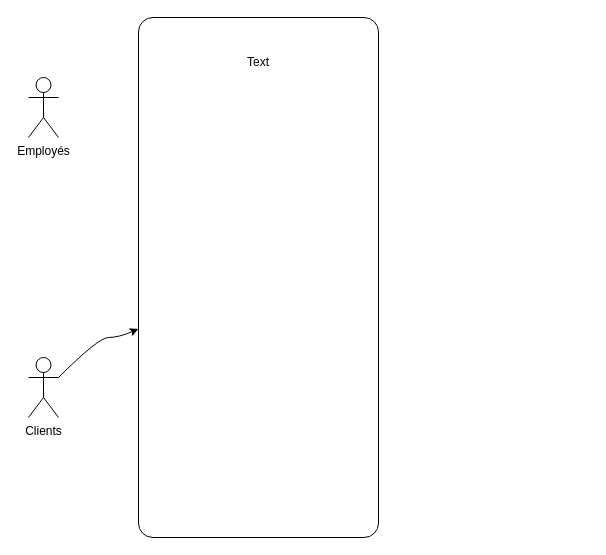
Before: Case user diagramme projetjri.drawio in HarrikaneC5N/Project-php-j.rib, a draw.io diagram. Source tidied: cells renumbered, new cells numbered last; positions are measured from the earlier drawing's top-left corner, leaving out a move shared by most shapes. Both pictures are drawn from the tidied source at 100%, with x=0, y=0 at pixel (28, 17).
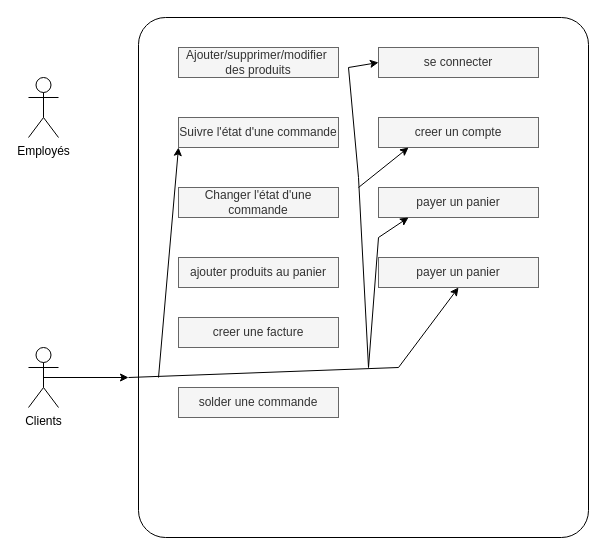
After the change.

Commit message:
Mettre à jour Case user diagramme projetjri.drawio

Diff of the diagram source:
```diff
@@
     <mxCell id="2" value="Clients&lt;br&gt;" style="shape=umlActor;verticalLabelPosition=bottom;verticalAlign=top;html=1;outlineConnect=0;" parent="1" vertex="1">
-      <mxGeometry y="340" width="30" height="60" as="geometry" />
+      <mxGeometry y="330" width="30" height="60" as="geometry" />
     </mxCell>
@@
     <mxCell id="4" style="rounded=1;whiteSpace=wrap;html=1;arcSize=6;" parent="1" vertex="1">
-      <mxGeometry x="110" width="240" height="520" as="geometry" />
+      <mxGeometry x="110" width="450" height="520" as="geometry" />
     </mxCell>
-    <mxCell id="5" style="curved=1;endArrow=classic;html=1;rounded=0;exitX=1;exitY=0.3333333333333333;exitDx=0;exitDy=0;exitPerimeter=0;" parent="1" edge="1" source="2" target="4">
-      <mxGeometry relative="1" as="geometry">
-        <Array as="points">
-          <mxPoint x="70" y="320" />
-          <mxPoint x="90" y="320" />
-        </Array>
-      </mxGeometry>
-    </mxCell>
-    <mxCell id="6" value="Text" style="text;html=1;strokeColor=none;fillColor=none;align=center;verticalAlign=middle;whiteSpace=wrap;rounded=0;" parent="1" vertex="1">
-      <mxGeometry x="200" y="30" width="60" height="30" as="geometry" />
+    <mxCell id="6" value="Ajouter/supprimer/modifier&amp;nbsp;&lt;br&gt;des produits" style="text;html=1;align=center;verticalAlign=middle;whiteSpace=wrap;rounded=0;perimeterSpacing=0;strokeWidth=1;fillColor=#f5f5f5;fontColor=#333333;strokeColor=#666666;" parent="1" vertex="1">
+      <mxGeometry x="150" y="30" width="160" height="30" as="geometry" />
     </mxCell>
+    <mxCell id="7" value="Suivre l'état d'une commande" style="text;html=1;strokeColor=#666666;fillColor=#f5f5f5;align=center;verticalAlign=middle;whiteSpace=wrap;rounded=0;fontColor=#333333;" parent="1" vertex="1">
+      <mxGeometry x="150" y="100" width="160" height="30" as="geometry" />
+    </mxCell>
+    <mxCell id="8" value="Changer l'état d'une commande" style="text;html=1;strokeColor=#666666;fillColor=#f5f5f5;align=center;verticalAlign=middle;whiteSpace=wrap;rounded=0;fontColor=#333333;" parent="1" vertex="1">
+      <mxGeometry x="150" y="170" width="160" height="30" as="geometry" />
+    </mxCell>
+    <mxCell id="9" value="ajouter produits au panier" style="text;html=1;strokeColor=#666666;fillColor=#f5f5f5;align=center;verticalAlign=middle;whiteSpace=wrap;rounded=0;fontColor=#333333;" parent="1" vertex="1">
+      <mxGeometry x="150" y="240" width="160" height="30" as="geometry" />
+    </mxCell>
+    <mxCell id="10" value="creer une facture" style="text;html=1;strokeColor=#666666;fillColor=#f5f5f5;align=center;verticalAlign=middle;whiteSpace=wrap;rounded=0;fontColor=#333333;" parent="1" vertex="1">
+      <mxGeometry x="150" y="300" width="160" height="30" as="geometry" />
+    </mxCell>
+    <mxCell id="11" value="solder une commande" style="text;html=1;strokeColor=#666666;fillColor=#f5f5f5;align=center;verticalAlign=middle;whiteSpace=wrap;rounded=0;fontColor=#333333;" parent="1" vertex="1">
+      <mxGeometry x="150" y="370" width="160" height="30" as="geometry" />
+    </mxCell>
+    <mxCell id="12" value="se connecter" style="text;html=1;align=center;verticalAlign=middle;whiteSpace=wrap;rounded=0;perimeterSpacing=0;strokeWidth=1;fillColor=#f5f5f5;fontColor=#333333;strokeColor=#666666;" parent="1" vertex="1">
+      <mxGeometry x="350" y="30" width="160" height="30" as="geometry" />
+    </mxCell>
+    <mxCell id="13" value="creer un compte" style="text;html=1;align=center;verticalAlign=middle;whiteSpace=wrap;rounded=0;perimeterSpacing=0;strokeWidth=1;fillColor=#f5f5f5;fontColor=#333333;strokeColor=#666666;" parent="1" vertex="1">
+      <mxGeometry x="350" y="100" width="160" height="30" as="geometry" />
+    </mxCell>
+    <mxCell id="14" value="payer un panier" style="text;html=1;align=center;verticalAlign=middle;whiteSpace=wrap;rounded=0;perimeterSpacing=0;strokeWidth=1;fillColor=#f5f5f5;fontColor=#333333;strokeColor=#666666;" parent="1" vertex="1">
+      <mxGeometry x="350" y="170" width="160" height="30" as="geometry" />
+    </mxCell>
+    <mxCell id="15" value="payer un panier" style="text;html=1;align=center;verticalAlign=middle;whiteSpace=wrap;rounded=0;perimeterSpacing=0;strokeWidth=1;fillColor=#f5f5f5;fontColor=#333333;strokeColor=#666666;" parent="1" vertex="1">
+      <mxGeometry x="350" y="240" width="160" height="30" as="geometry" />
+    </mxCell>
+    <mxCell id="16" style="endArrow=classic;html=1;rounded=0;exitX=0.5;exitY=0.5;exitDx=0;exitDy=0;exitPerimeter=0;" parent="1" edge="1" source="2">
+      <mxGeometry relative="1" as="geometry">
+        <mxPoint x="100" y="360" as="targetPoint" />
+      </mxGeometry>
+    </mxCell>
+    <mxCell id="17" style="endArrow=classic;html=1;rounded=0;entryX=0.5;entryY=1;entryDx=0;entryDy=0;" parent="1" edge="1" target="15">
+      <mxGeometry relative="1" as="geometry">
+        <mxPoint x="100" y="360" as="sourcePoint" />
+        <Array as="points">
+          <mxPoint x="370" y="350" />
+        </Array>
+      </mxGeometry>
+    </mxCell>
+    <mxCell id="18" style="endArrow=classic;html=1;rounded=0;entryX=0;entryY=1;entryDx=0;entryDy=0;" parent="1" edge="1" target="7">
+      <mxGeometry relative="1" as="geometry">
+        <mxPoint x="130" y="360" as="sourcePoint" />
+      </mxGeometry>
+    </mxCell>
+    <mxCell id="19" style="endArrow=classic;html=1;rounded=0;entryX=0;entryY=0.5;entryDx=0;entryDy=0;" parent="1" edge="1" target="12">
+      <mxGeometry relative="1" as="geometry">
+        <mxPoint x="340" y="350" as="sourcePoint" />
+        <Array as="points">
+          <mxPoint x="330" y="160" />
+          <mxPoint x="320" y="50" />
+        </Array>
+      </mxGeometry>
+    </mxCell>
+    <mxCell id="20" style="endArrow=classic;html=1;rounded=0;" parent="1" edge="1">
+      <mxGeometry relative="1" as="geometry">
+        <mxPoint x="330" y="170" as="sourcePoint" />
+        <mxPoint x="380" y="130" as="targetPoint" />
+      </mxGeometry>
+    </mxCell>
+    <mxCell id="21" style="endArrow=classic;html=1;rounded=0;" parent="1" edge="1">
+      <mxGeometry relative="1" as="geometry">
+        <mxPoint x="340" y="350" as="sourcePoint" />
+        <mxPoint x="380" y="200" as="targetPoint" />
+        <Array as="points">
+          <mxPoint x="350" y="220" />
+        </Array>
+      </mxGeometry>
+    </mxCell>
```
